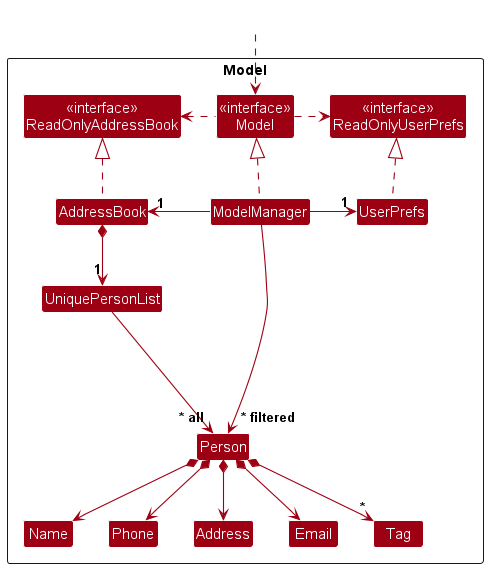
Earlier version of the PlantUML export docs/images/ModelClassDiagram.png (nus-cs2103-AY2324S2/tp).
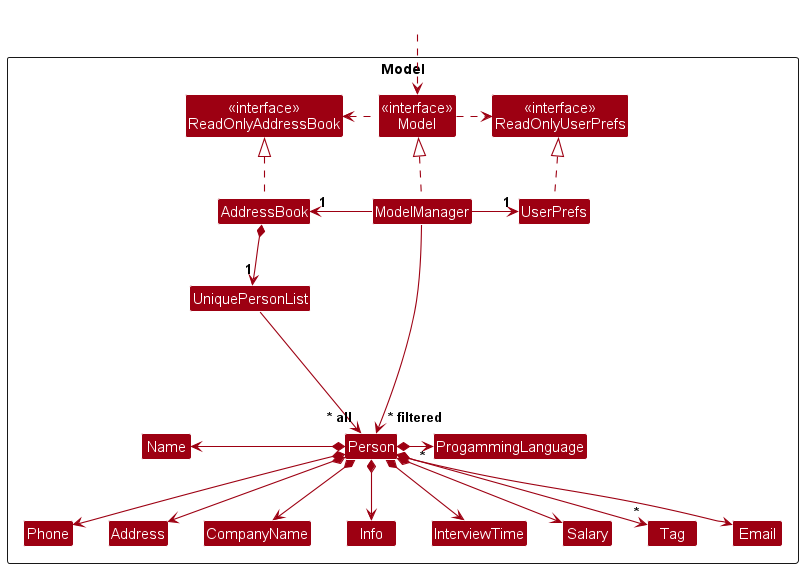
The same diagram one commit later.

Commit message:
Update UML diagrams

The edit, as a diff of the source:
```diff
@@ -15,10 +15,15 @@
 Class UniquePersonList
 Class Person
 Class Address
+Class CompanyName
 Class Email
+Class Info
+Class InterviewTime
 Class Name
 Class Phone
+Class Salary
 Class Tag
+Class ProgammingLanguage
 
 Class I #FFFFFF
 }
@@ -37,11 +42,16 @@
 
 AddressBook *--> "1" UniquePersonList
 UniquePersonList --> "~* all" Person
-Person *--> Name
+Person *-left-> Name
 Person *--> Phone
 Person *--> Email
 Person *--> Address
+Person *--> Info
+Person *--> CompanyName
+Person *--> Salary
+Person *--> InterviewTime
 Person *--> "*" Tag
+Person *-right-> "*" ProgammingLanguage
 
 Person -[hidden]up--> I
 UniquePersonList -[hidden]right-> I
```
